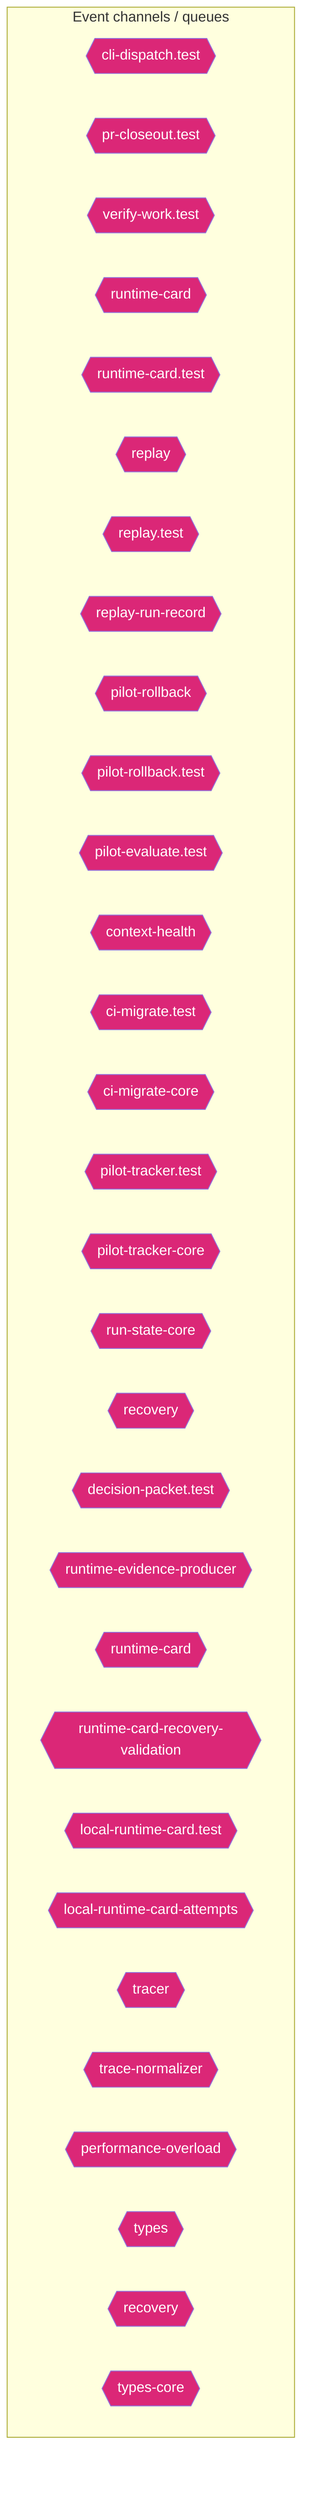
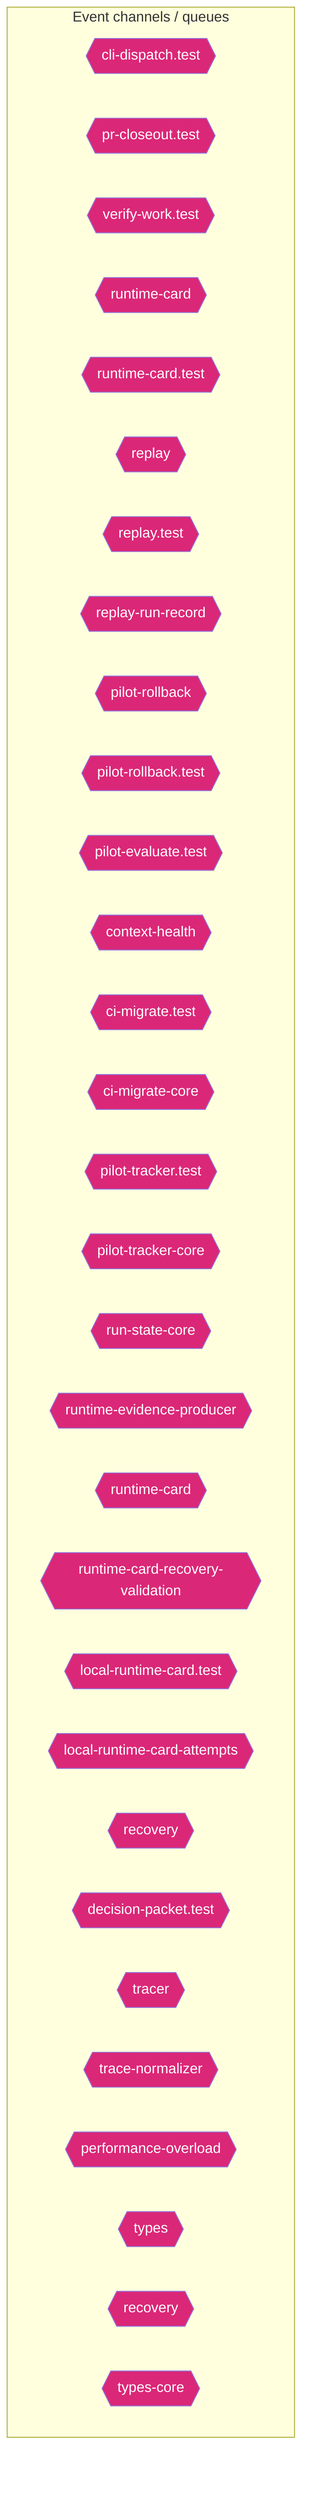
flowchart TD
  subgraph Channels["Event channels / queues"]
    cli_dispatch_test_54c9f17b{{"cli-dispatch.test"}}
    pr_closeout_test_12a1ffdd{{"pr-closeout.test"}}
    verify_work_test_0e12f6c5{{"verify-work.test"}}
    runtime_card_e06b53e1{{"runtime-card"}}
    runtime_card_test_af812837{{"runtime-card.test"}}
    replay_ac203c98{{"replay"}}
    replay_test_935f7436{{"replay.test"}}
    replay_run_record_9a08cce2{{"replay-run-record"}}
    pilot_rollback_00c1f82c{{"pilot-rollback"}}
    pilot_rollback_test_e61d5a2b{{"pilot-rollback.test"}}
    pilot_evaluate_test_a2ac06fc{{"pilot-evaluate.test"}}
    context_health_80bb7da9{{"context-health"}}
    ci_migrate_test_2a015bb9{{"ci-migrate.test"}}
    ci_migrate_core_7005b5af{{"ci-migrate-core"}}
    pilot_tracker_test_80398a66{{"pilot-tracker.test"}}
    pilot_tracker_core_80d8ac96{{"pilot-tracker-core"}}
    run_state_core_25a955bc{{"run-state-core"}}
-     recovery_8c585378{{"recovery"}}
-     decision_packet_test_9ea0e97b{{"decision-packet.test"}}
    runtime_evidence_producer_ea388cb5{{"runtime-evidence-producer"}}
    runtime_card_1_465a49d2{{"runtime-card"}}
    runtime_card_recovery_validation_e216d883{{"runtime-card-recovery-validation"}}
    local_runtime_card_test_b508222b{{"local-runtime-card.test"}}
    local_runtime_card_attempts_28aa46ea{{"local-runtime-card-attempts"}}
+     recovery_8c585378{{"recovery"}}
+     decision_packet_test_9ea0e97b{{"decision-packet.test"}}
    tracer_1e6243a2{{"tracer"}}
    trace_normalizer_cb1be1d2{{"trace-normalizer"}}
    performance_overload_c685bfcf{{"performance-overload"}}
    types_8_f6283648{{"types"}}
    recovery_1_4d1804ab{{"recovery"}}
    types_core_e405ddca{{"types-core"}}
  end
  classDef eventNode fill:#db2777,color:#fff
-   class cli_dispatch_test_54c9f17b,pr_closeout_test_12a1ffdd,verify_work_test_0e12f6c5,runtime_card_e06b53e1,runtime_card_test_af812837,replay_ac203c98,replay_test_935f7436,replay_run_record_9a08cce2,pilot_rollback_00c1f82c,pilot_rollback_test_e61d5a2b,pilot_evaluate_test_a2ac06fc,context_health_80bb7da9,ci_migrate_test_2a015bb9,ci_migrate_core_7005b5af,pilot_tracker_test_80398a66,pilot_tracker_core_80d8ac96,run_state_core_25a955bc,recovery_8c585378,decision_packet_test_9ea0e97b,runtime_evidence_producer_ea388cb5,runtime_card_1_465a49d2,runtime_card_recovery_validation_e216d883,local_runtime_card_test_b508222b,local_runtime_card_attempts_28aa46ea,tracer_1e6243a2,trace_normalizer_cb1be1d2,performance_overload_c685bfcf,types_8_f6283648,recovery_1_4d1804ab,types_core_e405ddca eventNode
+   class cli_dispatch_test_54c9f17b,pr_closeout_test_12a1ffdd,verify_work_test_0e12f6c5,runtime_card_e06b53e1,runtime_card_test_af812837,replay_ac203c98,replay_test_935f7436,replay_run_record_9a08cce2,pilot_rollback_00c1f82c,pilot_rollback_test_e61d5a2b,pilot_evaluate_test_a2ac06fc,context_health_80bb7da9,ci_migrate_test_2a015bb9,ci_migrate_core_7005b5af,pilot_tracker_test_80398a66,pilot_tracker_core_80d8ac96,run_state_core_25a955bc,runtime_evidence_producer_ea388cb5,runtime_card_1_465a49d2,runtime_card_recovery_validation_e216d883,local_runtime_card_test_b508222b,local_runtime_card_attempts_28aa46ea,recovery_8c585378,decision_packet_test_9ea0e97b,tracer_1e6243a2,trace_normalizer_cb1be1d2,performance_overload_c685bfcf,types_8_f6283648,recovery_1_4d1804ab,types_core_e405ddca eventNode
